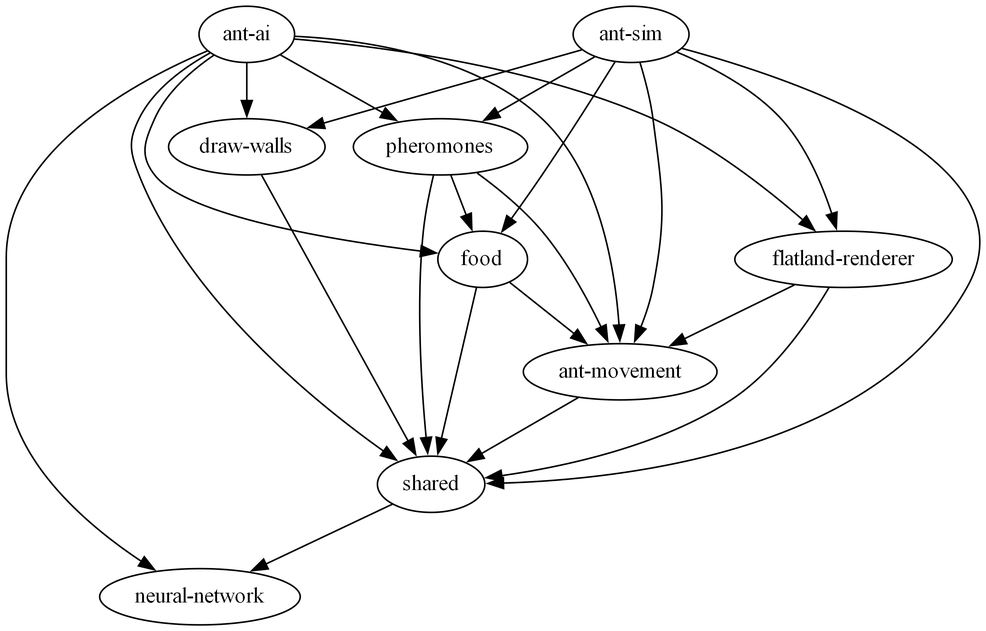
Before: diagrams/stackdot.png, a diagram exported from Graphviz (OlegAlexander/haskell-ant-sim). Its source is kept beside it as diagrams/stackdot.dot. Its diagram source:
```dot
strict digraph deps {
"ant-ai" [style=solid];
"ant-movement" [style=solid];
"ant-sim" [style=solid];
"draw-walls" [style=solid];
"flatland-renderer" [style=solid];
"food" [style=solid];
"neural-network" [style=solid];
"pheromones" [style=solid];
"shared" [style=solid];
{rank=max; "neural-network"; };
"ant-ai" -> "ant-movement";
"ant-ai" -> "draw-walls";
"ant-ai" -> "flatland-renderer";
"ant-ai" -> "food";
"ant-ai" -> "neural-network";
"ant-ai" -> "pheromones";
"ant-ai" -> "shared";
"ant-movement" -> "shared";
"ant-sim" -> "ant-movement";
"ant-sim" -> "draw-walls";
"ant-sim" -> "flatland-renderer";
"ant-sim" -> "food";
"ant-sim" -> "pheromones";
"ant-sim" -> "shared";
"draw-walls" -> "shared";
"flatland-renderer" -> "ant-movement";
"flatland-renderer" -> "shared";
"food" -> "ant-movement";
"food" -> "shared";
"pheromones" -> "ant-movement";
"pheromones" -> "food";
"pheromones" -> "shared";
"shared" -> "neural-network";
}
```
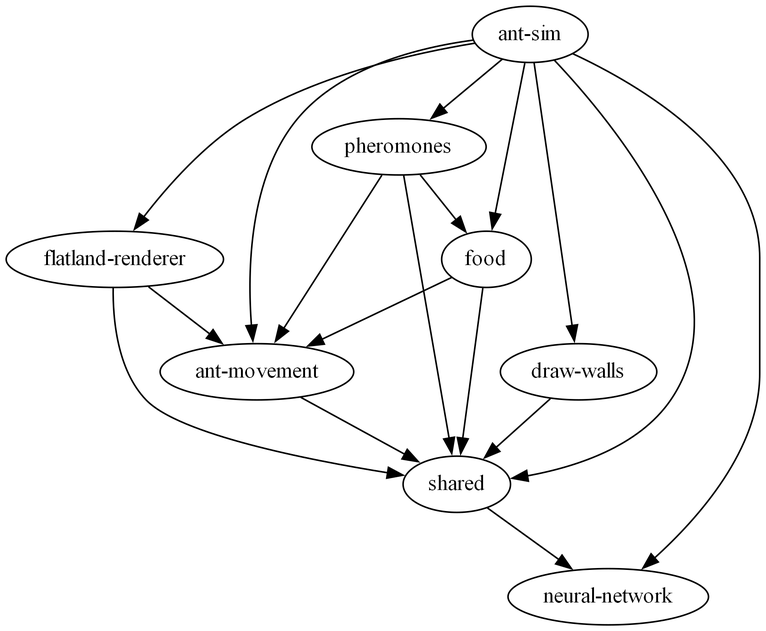
Later version of the same file.

The edit, as a diff of the source:
```diff
@@ -1,5 +1,4 @@
 strict digraph deps {
-"ant-ai" [style=solid];
 "ant-movement" [style=solid];
 "ant-sim" [style=solid];
 "draw-walls" [style=solid];
@@ -9,18 +8,12 @@
 "pheromones" [style=solid];
 "shared" [style=solid];
 {rank=max; "neural-network"; };
-"ant-ai" -> "ant-movement";
-"ant-ai" -> "draw-walls";
-"ant-ai" -> "flatland-renderer";
-"ant-ai" -> "food";
-"ant-ai" -> "neural-network";
-"ant-ai" -> "pheromones";
-"ant-ai" -> "shared";
 "ant-movement" -> "shared";
 "ant-sim" -> "ant-movement";
 "ant-sim" -> "draw-walls";
 "ant-sim" -> "flatland-renderer";
 "ant-sim" -> "food";
+"ant-sim" -> "neural-network";
 "ant-sim" -> "pheromones";
 "ant-sim" -> "shared";
 "draw-walls" -> "shared";
```
